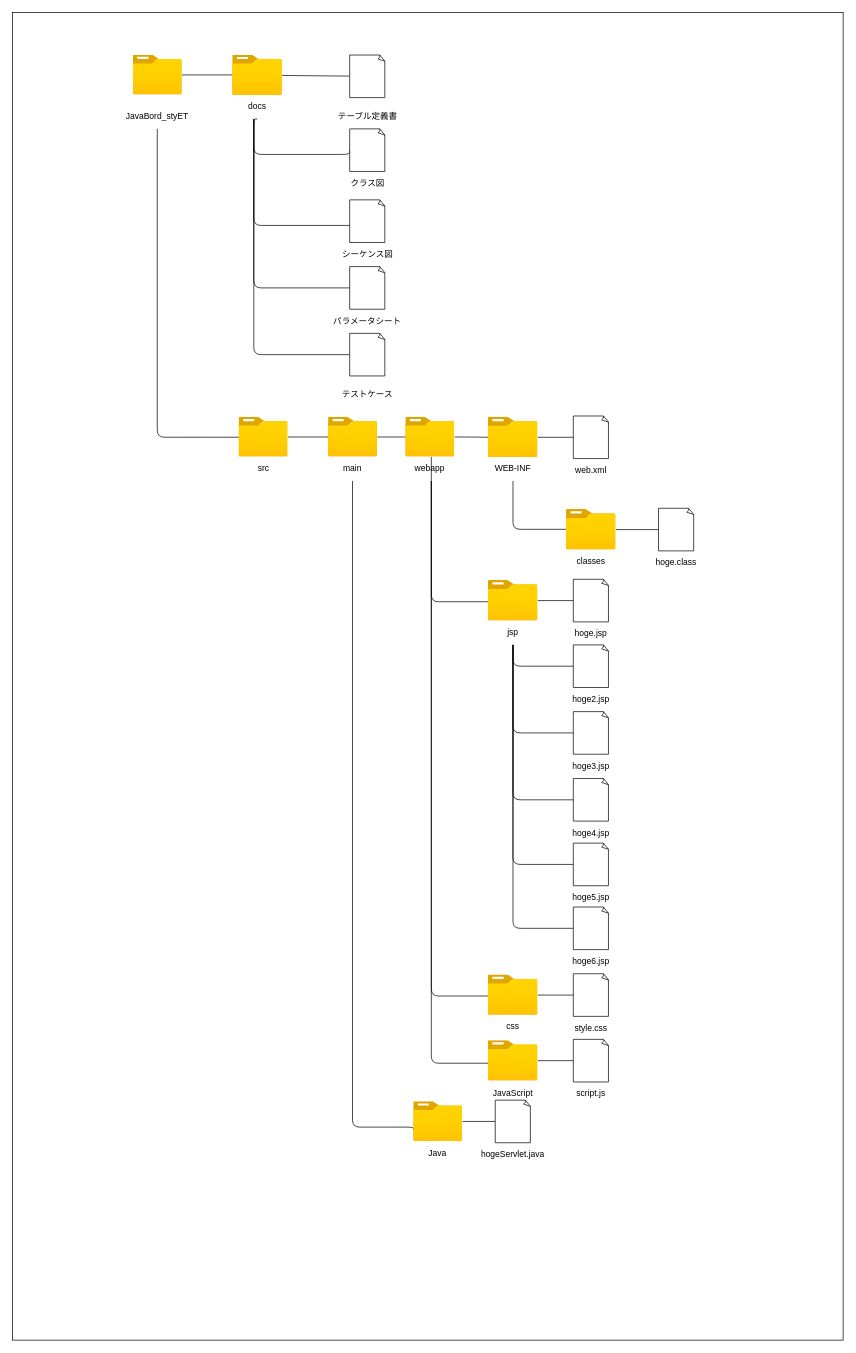
Earlier version of the draw.io diagram docs/JavaBordディレクトリ構成図.dio (MasayaTakubo/JavaBoard_styET). Source tidied: cells renumbered, new cells numbered last; positions are measured from the earlier drawing's top-left corner, leaving out a move shared by most shapes. Both pictures are drawn from the tidied source at 71%, with x=0, y=0 at pixel (12, 12).
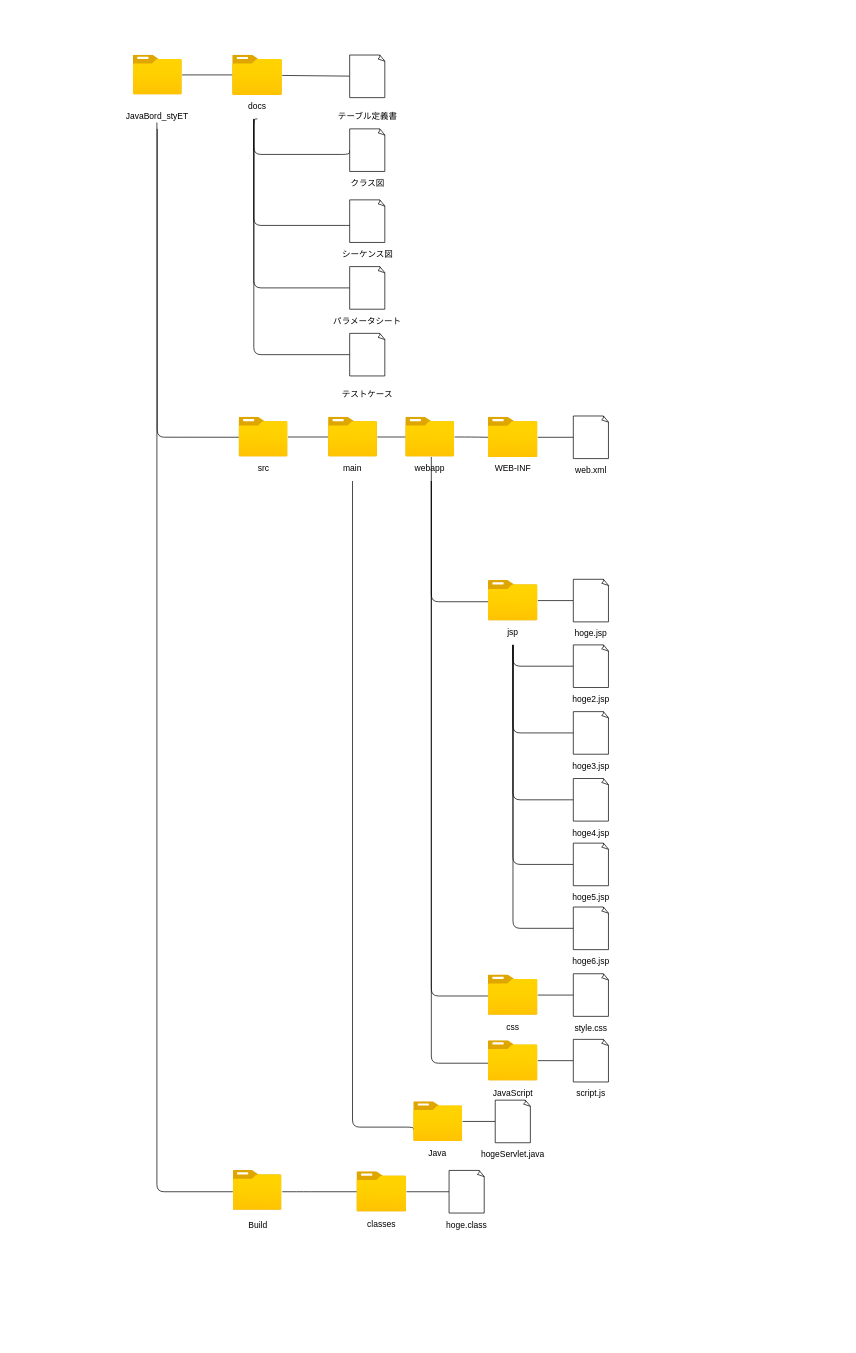
Above is the later version.

Commit message (it also covers changes not shown here):
テーブル定義書、ディレクトリ構成図を修正

Unchanged cells that the change refers to:
```xml
<mxCell id="41" value="WEB-INF" style="text;html=1;strokeColor=none;fillColor=none;align=center;verticalAlign=middle;whiteSpace=wrap;rounded=0;" parent="1" vertex="1">
  <mxGeometry x="670" y="626" width="70" height="34" as="geometry" />
</mxCell>
```

Diff of the diagram source:
```diff
@@
-    <mxCell id="2" style="rounded=0;whiteSpace=wrap;html=1;" parent="1" vertex="1">
-      <mxGeometry y="-0.1" width="1170" height="1870.1" as="geometry" />
-    </mxCell>
@@
-    <mxCell id="40" style="edgeStyle=orthogonalEdgeStyle;html=1;endArrow=none;endFill=0;" parent="1" edge="1" source="41" target="45">
-      <mxGeometry relative="1" as="geometry">
-        <Array as="points">
-          <mxPoint x="705" y="728" />
-        </Array>
-      </mxGeometry>
-    </mxCell>
@@
-    <mxCell id="44" style="edgeStyle=orthogonalEdgeStyle;html=1;endArrow=none;endFill=0;" parent="1" edge="1" source="45" target="47">
-      <mxGeometry relative="1" as="geometry" />
-    </mxCell>
-    <mxCell id="45" style="html=1;points=[];align=center;image;fontSize=12;image=img/lib/azure2/general/Folder_Blank.svg;" parent="1" vertex="1">
-      <mxGeometry x="780" y="700" width="70" height="56.8" as="geometry" />
-    </mxCell>
     <mxCell id="46" value="classes" style="text;html=1;strokeColor=none;fillColor=none;align=center;verticalAlign=middle;whiteSpace=wrap;rounded=0;" parent="1" vertex="1">
-      <mxGeometry x="780" y="756.8" width="70" height="34" as="geometry" />
+      <mxGeometry x="485" y="1690.2" width="70" height="34" as="geometry" />
     </mxCell>
-    <mxCell id="47" style="whiteSpace=wrap;html=1;shape=mxgraph.basic.document;" parent="1" vertex="1">
-      <mxGeometry x="910" y="698.4" width="50" height="60" as="geometry" />
-    </mxCell>
     <mxCell id="48" value="hoge.class" style="text;html=1;strokeColor=none;fillColor=none;align=center;verticalAlign=middle;whiteSpace=wrap;rounded=0;" parent="1" vertex="1">
-      <mxGeometry x="900" y="758.4" width="70" height="34" as="geometry" />
+      <mxGeometry x="605" y="1691.8" width="70" height="34" as="geometry" />
     </mxCell>
@@
+    <mxCell id="84" style="html=1;align=center;image;fontSize=12;image=img/lib/azure2/general/Folder_Blank.svg;" parent="1" vertex="1">
+      <mxGeometry x="310.5" y="1631" width="69" height="56" as="geometry" />
+    </mxCell>
+    <mxCell id="85" style="edgeStyle=orthogonalEdgeStyle;html=1;endArrow=none;endFill=0;" parent="1" edge="1">
+      <mxGeometry relative="1" as="geometry">
+        <mxPoint x="203.5" y="155" as="sourcePoint" />
+        <mxPoint x="310.5" y="1661" as="targetPoint" />
+        <Array as="points">
+          <mxPoint x="203.5" y="1661" />
+          <mxPoint x="310.5" y="1661" />
+        </Array>
+      </mxGeometry>
+    </mxCell>
+    <mxCell id="86" value="Build" style="text;html=1;strokeColor=none;fillColor=none;align=center;verticalAlign=middle;whiteSpace=wrap;rounded=0;" parent="1" vertex="1">
+      <mxGeometry x="310.5" y="1691" width="70" height="34" as="geometry" />
+    </mxCell>
+    <mxCell id="87" style="edgeStyle=orthogonalEdgeStyle;html=1;endArrow=none;endFill=0;" parent="1" edge="1">
+      <mxGeometry relative="1" as="geometry">
+        <mxPoint x="380" y="1661" as="sourcePoint" />
+        <mxPoint x="490" y="1661" as="targetPoint" />
+        <Array as="points">
+          <mxPoint x="410" y="1660.6" />
+        </Array>
+      </mxGeometry>
+    </mxCell>
+    <mxCell id="88" style="edgeStyle=orthogonalEdgeStyle;html=1;endArrow=none;endFill=0;" parent="1" edge="1" source="89" target="90">
+      <mxGeometry relative="1" as="geometry" />
+    </mxCell>
+    <mxCell id="89" style="html=1;points=[];align=center;image;fontSize=12;image=img/lib/azure2/general/Folder_Blank.svg;" parent="1" vertex="1">
+      <mxGeometry x="485" y="1632.6" width="70" height="56.8" as="geometry" />
+    </mxCell>
+    <mxCell id="90" style="whiteSpace=wrap;html=1;shape=mxgraph.basic.document;" parent="1" vertex="1">
+      <mxGeometry x="615" y="1631" width="50" height="60" as="geometry" />
+    </mxCell>
```
